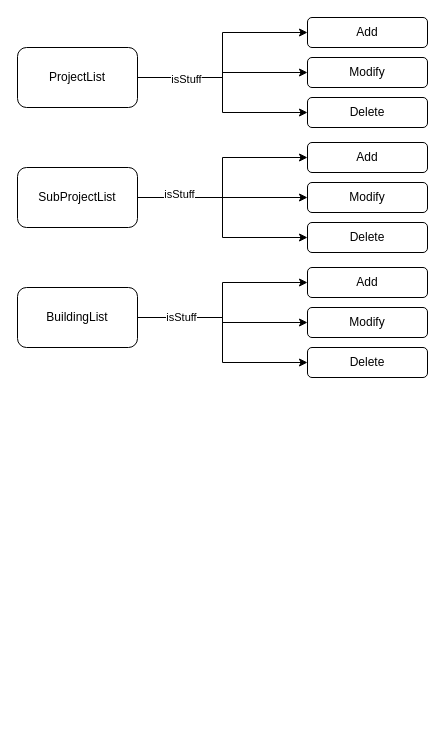
gaochaowyq/MinderGraph keeps this draw.io diagram as biasClient.drawio. Above is the earlier version. Source tidied: cells renumbered, new cells numbered last; positions are measured from the earlier drawing's top-left corner, leaving out a move shared by most shapes. Both pictures are drawn from the tidied source at 100%, with x=0, y=0 at pixel (17, 17).
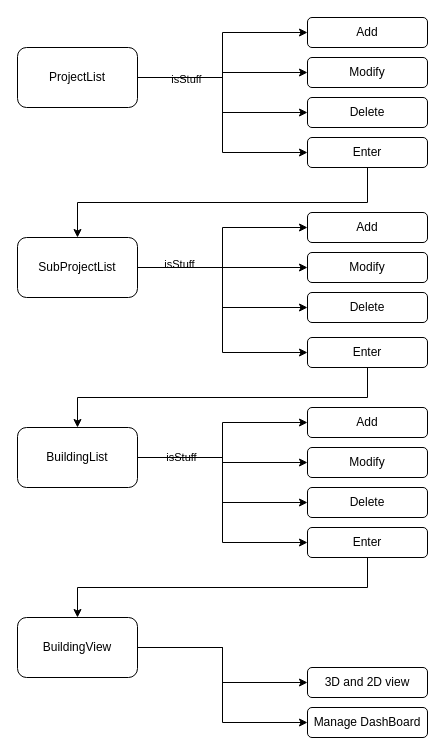
Above is the later version.

Unchanged cells that the change refers to:
```xml
<mxCell id="6" value="ProjectList" style="rounded=1;whiteSpace=wrap;html=1;" parent="1" vertex="1">
  <mxGeometry y="30" width="120" height="60" as="geometry" />
</mxCell>
```

The edit, as a diff of the source:
```diff
@@
+    <mxCell id="26" style="edgeStyle=orthogonalEdgeStyle;rounded=0;jettySize=auto;html=1;entryX=0;entryY=0.5;entryDx=0;entryDy=0;" parent="1" edge="1" source="6" target="30">
+      <mxGeometry relative="1" as="geometry" />
+    </mxCell>
@@
+    <mxCell id="27" style="edgeStyle=orthogonalEdgeStyle;rounded=0;jettySize=auto;html=1;entryX=0;entryY=0.5;entryDx=0;entryDy=0;" parent="1" edge="1" source="11" target="32">
+      <mxGeometry relative="1" as="geometry" />
+    </mxCell>
     <mxCell id="11" value="SubProjectList" style="rounded=1;whiteSpace=wrap;html=1;" parent="1" vertex="1">
-      <mxGeometry y="150" width="120" height="60" as="geometry" />
+      <mxGeometry y="220" width="120" height="60" as="geometry" />
     </mxCell>
@@
+    <mxCell id="28" style="edgeStyle=orthogonalEdgeStyle;rounded=0;jettySize=auto;html=1;entryX=0;entryY=0.5;entryDx=0;entryDy=0;" parent="1" edge="1" source="16" target="37">
+      <mxGeometry relative="1" as="geometry" />
+    </mxCell>
     <mxCell id="16" value="BuildingList" style="rounded=1;whiteSpace=wrap;html=1;" parent="1" vertex="1">
-      <mxGeometry y="270" width="120" height="60" as="geometry" />
+      <mxGeometry y="410" width="120" height="60" as="geometry" />
     </mxCell>
@@
     <mxCell id="20" value="Add" style="rounded=1;whiteSpace=wrap;html=1;" parent="1" vertex="1">
-      <mxGeometry x="290" y="125" width="120" height="30" as="geometry" />
+      <mxGeometry x="290" y="195" width="120" height="30" as="geometry" />
     </mxCell>
     <mxCell id="21" value="Modify" style="rounded=1;whiteSpace=wrap;html=1;" parent="1" vertex="1">
-      <mxGeometry x="290" y="165" width="120" height="30" as="geometry" />
+      <mxGeometry x="290" y="235" width="120" height="30" as="geometry" />
     </mxCell>
     <mxCell id="22" value="Delete" style="rounded=1;whiteSpace=wrap;html=1;" parent="1" vertex="1">
-      <mxGeometry x="290" y="205" width="120" height="30" as="geometry" />
+      <mxGeometry x="290" y="275" width="120" height="30" as="geometry" />
     </mxCell>
     <mxCell id="23" value="Add" style="rounded=1;whiteSpace=wrap;html=1;" parent="1" vertex="1">
-      <mxGeometry x="290" y="250" width="120" height="30" as="geometry" />
+      <mxGeometry x="290" y="390" width="120" height="30" as="geometry" />
     </mxCell>
     <mxCell id="24" value="Modify" style="rounded=1;whiteSpace=wrap;html=1;" parent="1" vertex="1">
-      <mxGeometry x="290" y="290" width="120" height="30" as="geometry" />
+      <mxGeometry x="290" y="430" width="120" height="30" as="geometry" />
     </mxCell>
     <mxCell id="25" value="Delete" style="rounded=1;whiteSpace=wrap;html=1;" parent="1" vertex="1">
-      <mxGeometry x="290" y="330" width="120" height="30" as="geometry" />
+      <mxGeometry x="290" y="470" width="120" height="30" as="geometry" />
     </mxCell>
+    <mxCell id="29" style="edgeStyle=orthogonalEdgeStyle;rounded=0;jettySize=auto;html=1;exitX=0.5;exitY=1;exitDx=0;exitDy=0;" parent="1" edge="1" source="30" target="11">
+      <mxGeometry relative="1" as="geometry" />
+    </mxCell>
+    <mxCell id="30" value="Enter" style="rounded=1;whiteSpace=wrap;html=1;" parent="1" vertex="1">
+      <mxGeometry x="290" y="120" width="120" height="30" as="geometry" />
+    </mxCell>
+    <mxCell id="31" style="edgeStyle=orthogonalEdgeStyle;rounded=0;jettySize=auto;html=1;exitX=0.5;exitY=1;exitDx=0;exitDy=0;" parent="1" edge="1" source="32" target="16">
+      <mxGeometry relative="1" as="geometry" />
+    </mxCell>
+    <mxCell id="32" value="Enter" style="rounded=1;whiteSpace=wrap;html=1;" parent="1" vertex="1">
+      <mxGeometry x="290" y="320" width="120" height="30" as="geometry" />
+    </mxCell>
+    <mxCell id="33" style="edgeStyle=orthogonalEdgeStyle;rounded=0;jettySize=auto;html=1;" parent="1" edge="1" source="35" target="38">
+      <mxGeometry relative="1" as="geometry" />
+    </mxCell>
+    <mxCell id="34" style="edgeStyle=orthogonalEdgeStyle;rounded=0;jettySize=auto;html=1;entryX=0;entryY=0.5;entryDx=0;entryDy=0;" parent="1" edge="1" source="35" target="39">
+      <mxGeometry relative="1" as="geometry" />
+    </mxCell>
+    <mxCell id="35" value="BuildingView" style="rounded=1;whiteSpace=wrap;html=1;" parent="1" vertex="1">
+      <mxGeometry y="600" width="120" height="60" as="geometry" />
+    </mxCell>
+    <mxCell id="36" style="edgeStyle=orthogonalEdgeStyle;rounded=0;jettySize=auto;html=1;exitX=0.5;exitY=1;exitDx=0;exitDy=0;" parent="1" edge="1" source="37" target="35">
+      <mxGeometry relative="1" as="geometry" />
+    </mxCell>
+    <mxCell id="37" value="Enter" style="rounded=1;whiteSpace=wrap;html=1;" parent="1" vertex="1">
+      <mxGeometry x="290" y="510" width="120" height="30" as="geometry" />
+    </mxCell>
+    <mxCell id="38" value="3D and 2D view" style="rounded=1;whiteSpace=wrap;html=1;" parent="1" vertex="1">
+      <mxGeometry x="290" y="650" width="120" height="30" as="geometry" />
+    </mxCell>
+    <mxCell id="39" value="Manage DashBoard" style="rounded=1;whiteSpace=wrap;html=1;" parent="1" vertex="1">
+      <mxGeometry x="290" y="690" width="120" height="30" as="geometry" />
+    </mxCell>
```
